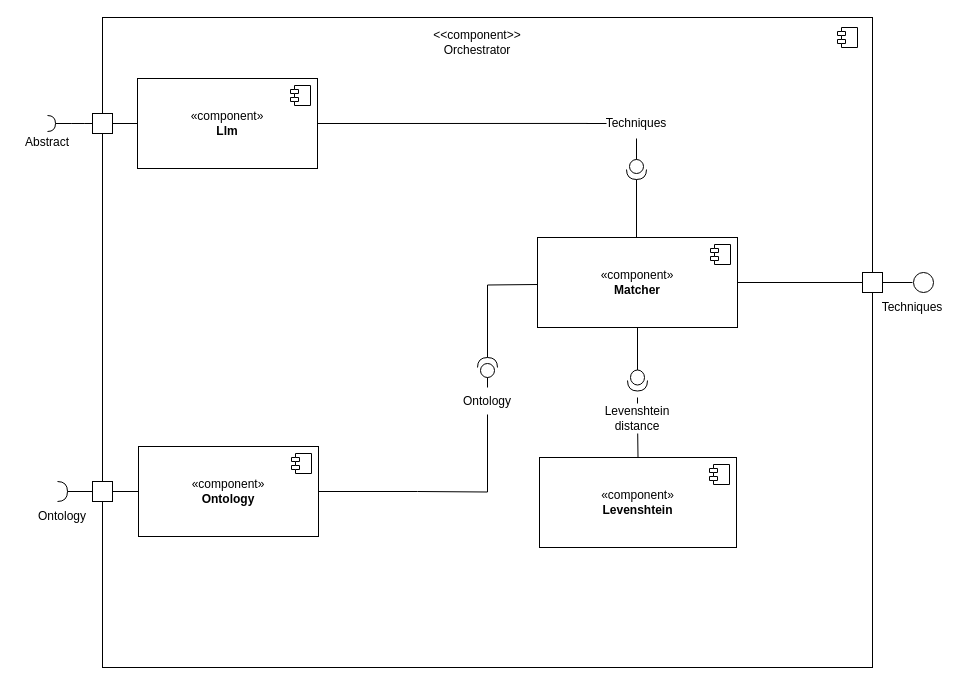
JonathanRakotomalala/paNET_Extractor keeps this draw.io diagram as docs/diagram_component.drawio. Above is the earlier version. Source tidied: cells renumbered, new cells numbered last; positions are measured from the earlier drawing's top-left corner, leaving out a move shared by most shapes. Both pictures are drawn from the tidied source at 100%, with x=0, y=0 at pixel (17, 17).
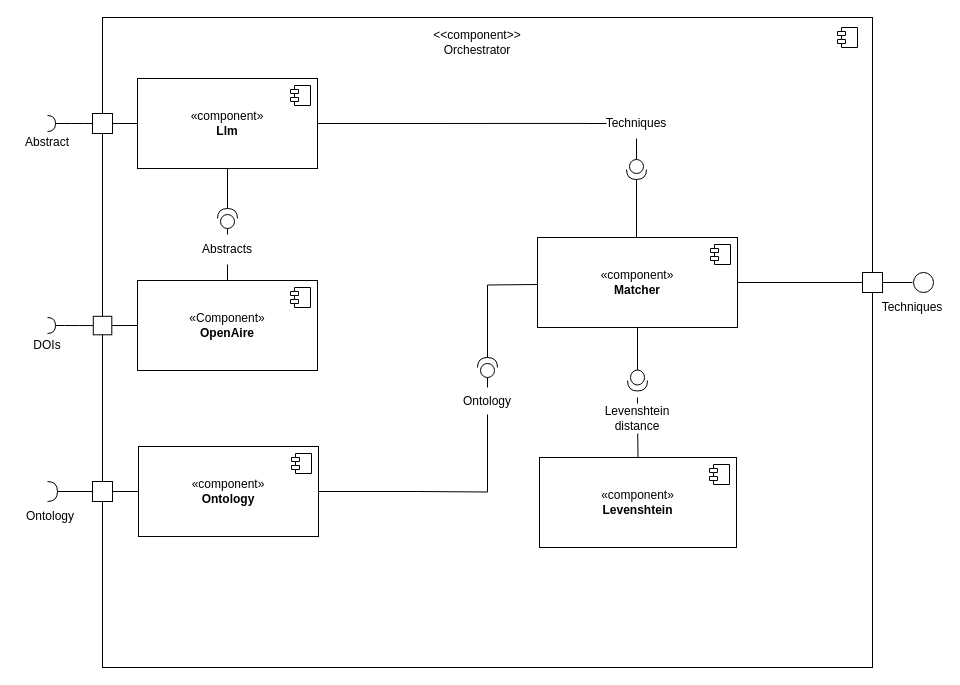
The same page after the edit.

Commit message (it also covers changes not shown here):
openaire class documentation #11 and added score,term id and algorithm used to the service output

The change refers to these unchanged cells:
```xml
<mxCell id="7" value="«component»&lt;br&gt;&lt;b&gt;Llm&lt;/b&gt;" style="html=1;whiteSpace=wrap;" parent="1" vertex="1">
  <mxGeometry x="120" y="61" width="180" height="90" as="geometry" />
</mxCell>
```

The edit, as a diff of the source:
```diff
@@
     <mxCell id="47" style="shape=requiredInterface;html=1;verticalLabelPosition=bottom;sketch=0;" parent="1" vertex="1">
-      <mxGeometry x="40" y="464" width="10" height="20" as="geometry" />
+      <mxGeometry x="30" y="464" width="10" height="20" as="geometry" />
     </mxCell>
     <mxCell id="48" value="Ontology" style="text;html=1;align=center;verticalAlign=middle;whiteSpace=wrap;rounded=0;" parent="1" vertex="1">
-      <mxGeometry x="15" y="484" width="60" height="30" as="geometry" />
+      <mxGeometry x="3" y="484" width="60" height="30" as="geometry" />
     </mxCell>
+    <mxCell id="49" value="«Component»&lt;br&gt;&lt;b&gt;OpenAire&lt;/b&gt;" style="html=1;whiteSpace=wrap;" parent="1" vertex="1">
+      <mxGeometry x="120" y="263" width="180" height="90" as="geometry" />
+    </mxCell>
+    <mxCell id="50" style="shape=module;jettyWidth=8;jettyHeight=4;" parent="49" vertex="1">
+      <mxGeometry x="1" width="20" height="20" relative="1" as="geometry">
+        <mxPoint x="-27" y="7" as="offset" />
+      </mxGeometry>
+    </mxCell>
+    <mxCell id="51" style="rounded=0;jettySize=auto;html=1;endArrow=halfCircle;endFill=0;endSize=6;strokeWidth=1;sketch=0;fontSize=12;curved=1;exitX=0;exitY=0.5;exitDx=0;exitDy=0;entryX=0.48;entryY=0.752;entryDx=0;entryDy=0;entryPerimeter=0;" parent="1" edge="1" source="54" target="52">
+      <mxGeometry relative="1" as="geometry" />
+    </mxCell>
+    <mxCell id="52" style="ellipse;whiteSpace=wrap;html=1;align=center;fillColor=none;strokeColor=none;perimeter=centerPerimeter;points=[];outlineConnect=1;" parent="1" vertex="1">
+      <mxGeometry x="25" y="303" width="10" height="10" as="geometry" />
+    </mxCell>
+    <mxCell id="53" value="DOIs" style="text;html=1;align=center;verticalAlign=middle;whiteSpace=wrap;rounded=0;" parent="1" vertex="1">
+      <mxGeometry y="313" width="60" height="30" as="geometry" />
+    </mxCell>
+    <mxCell id="54" style="whiteSpace=wrap;html=1;" parent="1" vertex="1">
+      <mxGeometry x="75.8" y="298.8" width="18.5" height="18.5" as="geometry" />
+    </mxCell>
+    <mxCell id="55" style="endArrow=none;html=1;rounded=0;entryX=0;entryY=0.5;entryDx=0;entryDy=0;exitX=1;exitY=0.5;exitDx=0;exitDy=0;" parent="1" edge="1" source="54" target="49">
+      <mxGeometry relative="1" as="geometry" />
+    </mxCell>
+    <mxCell id="56" style="shape=providedRequiredInterface;html=1;verticalLabelPosition=bottom;sketch=0;rotation=-90;" parent="1" vertex="1">
+      <mxGeometry x="200" y="191" width="20" height="20" as="geometry" />
+    </mxCell>
+    <mxCell id="57" style="endArrow=none;html=1;rounded=0;entryX=0.5;entryY=1;entryDx=0;entryDy=0;exitX=0.5;exitY=0;exitDx=0;exitDy=0;" parent="1" edge="1" source="49" target="59">
+      <mxGeometry relative="1" as="geometry" />
+    </mxCell>
+    <mxCell id="58" style="endArrow=none;html=1;rounded=0;entryX=0.5;entryY=1;entryDx=0;entryDy=0;exitX=1;exitY=0.5;exitDx=0;exitDy=0;exitPerimeter=0;" parent="1" edge="1" source="56" target="7">
+      <mxGeometry relative="1" as="geometry" />
+    </mxCell>
+    <mxCell id="59" value="Abstracts" style="text;html=1;align=center;verticalAlign=middle;whiteSpace=wrap;rounded=0;" parent="1" vertex="1">
+      <mxGeometry x="180" y="217" width="60" height="30" as="geometry" />
+    </mxCell>
+    <mxCell id="60" style="endArrow=none;html=1;rounded=0;entryX=0.5;entryY=0;entryDx=0;entryDy=0;exitX=0.5;exitY=0;exitDx=0;exitDy=0;" parent="1" edge="1" source="59" target="59">
+      <mxGeometry relative="1" as="geometry" />
+    </mxCell>
+    <mxCell id="61" style="endArrow=none;html=1;rounded=0;entryX=0;entryY=0.5;entryDx=0;entryDy=0;entryPerimeter=0;exitX=0.5;exitY=0;exitDx=0;exitDy=0;" parent="1" edge="1" source="59" target="56">
+      <mxGeometry relative="1" as="geometry" />
+    </mxCell>
```
